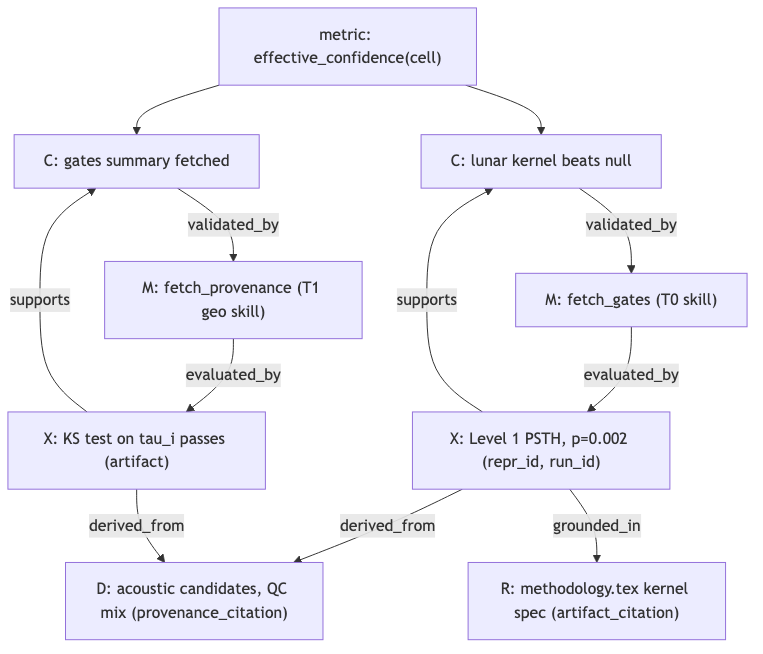
Earlier version of the Mermaid export docs/whitepaper/LX/Figures/fig-3-provenance-graph.png (GilRaitses/orcast). Its source is kept beside it as docs/whitepaper/LX/Figures/fig-3-provenance-graph.mmd. Source of this version:
```mermaid
flowchart TB
  METRIC["metric: effective_confidence(cell)"]
  C1["C: lunar kernel beats null"]
  C2["C: gates summary fetched"]
  M1["M: fetch_gates (T0 skill)"]
  M2["M: fetch_provenance (T1 geo skill)"]
  X1["X: Level 1 PSTH, p=0.002 (repr_id, run_id)"]
  X2["X: KS test on tau_i passes (artifact)"]
  D1["D: acoustic candidates, QC mix (provenance_citation)"]
  R1["R: methodology.tex kernel spec (artifact_citation)"]
  METRIC --> C1
  METRIC --> C2
  C1 -->|"validated_by"| M1
  C2 -->|"validated_by"| M2
  M1 -->|"evaluated_by"| X1
  M2 -->|"evaluated_by"| X2
  X1 -->|"supports"| C1
  X1 -->|"derived_from"| D1
  X1 -->|"grounded_in"| R1
  X2 -->|"supports"| C2
  X2 -->|"derived_from"| D1
```
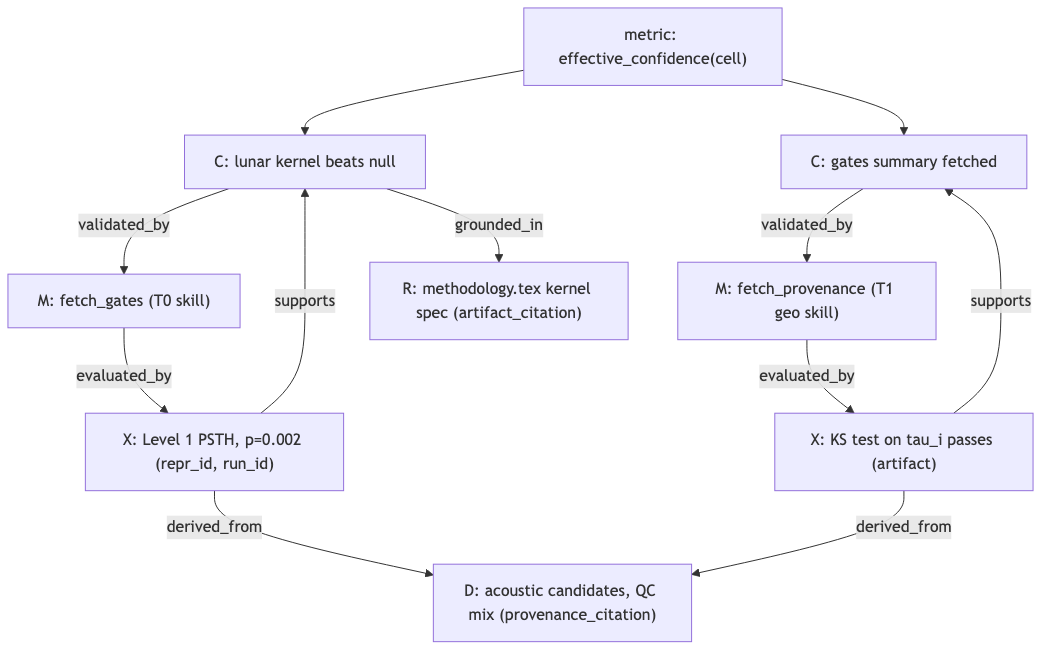
Later version of the same file.

Diff of the diagram source:
```diff
@@ -16,6 +16,6 @@
   M2 -->|"evaluated_by"| X2
   X1 -->|"supports"| C1
   X1 -->|"derived_from"| D1
-  X1 -->|"grounded_in"| R1
+  C1 -->|"grounded_in"| R1
   X2 -->|"supports"| C2
   X2 -->|"derived_from"| D1
```
